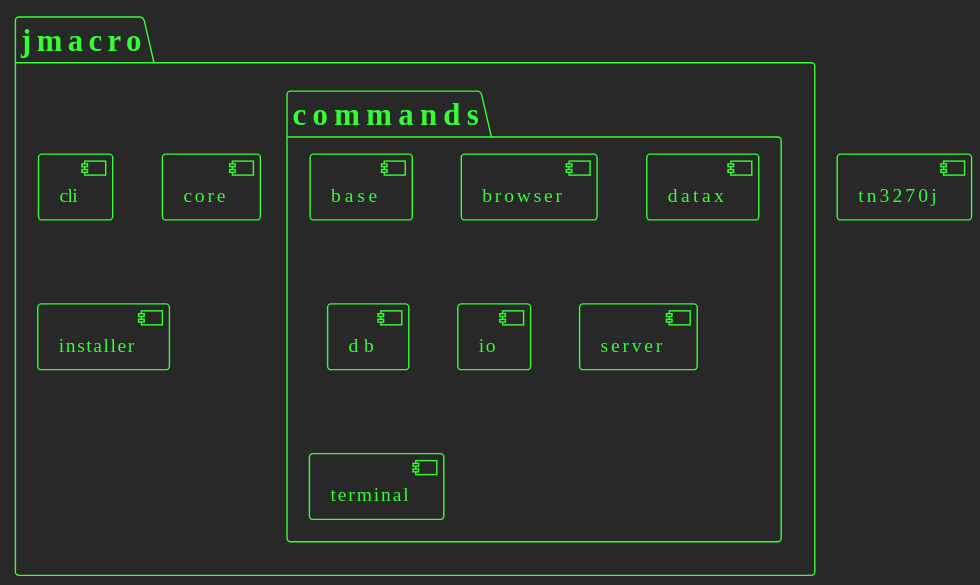
The PlantUML diagram jmacro-docs/src/main/diagrams/svg/modules.svg in giflw/jmacro, before a commit.
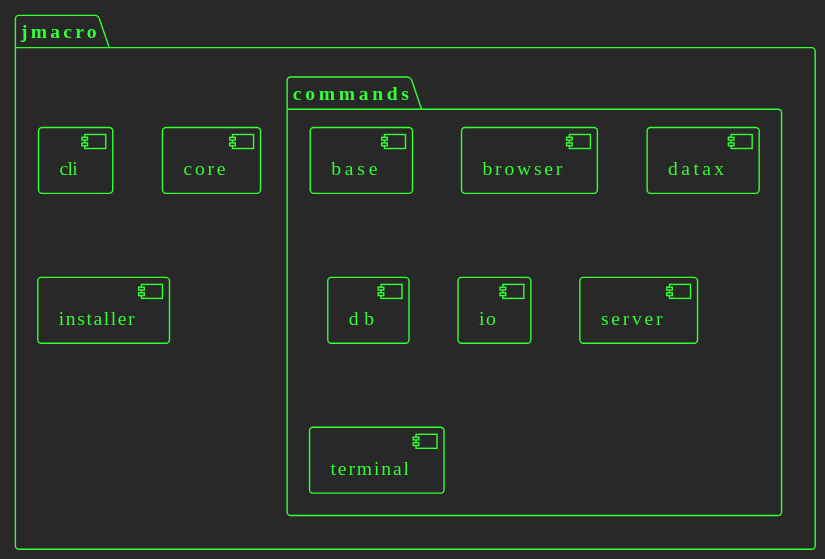
After the commit.

Change to the diagram source:
```diff
@@ -1,18 +1,17 @@
 @startuml
 !theme crt-green
-    [tn3270j]
-    package jmacro{
-        [cli]
-        package commands{
-            [base]
-            [browser]
-            [datax]
-            [db]
-            [io]
-            [server]
-            [terminal]
-        }
-        [core]
-        [installer]
+package jmacro{
+    [cli]
+    package commands{
+        [base]
+        [browser]
+        [datax]
+        [db]
+        [io]
+        [server]
+        [terminal]
     }
+    [core]
+    [installer]
+}
 @enduml
```
